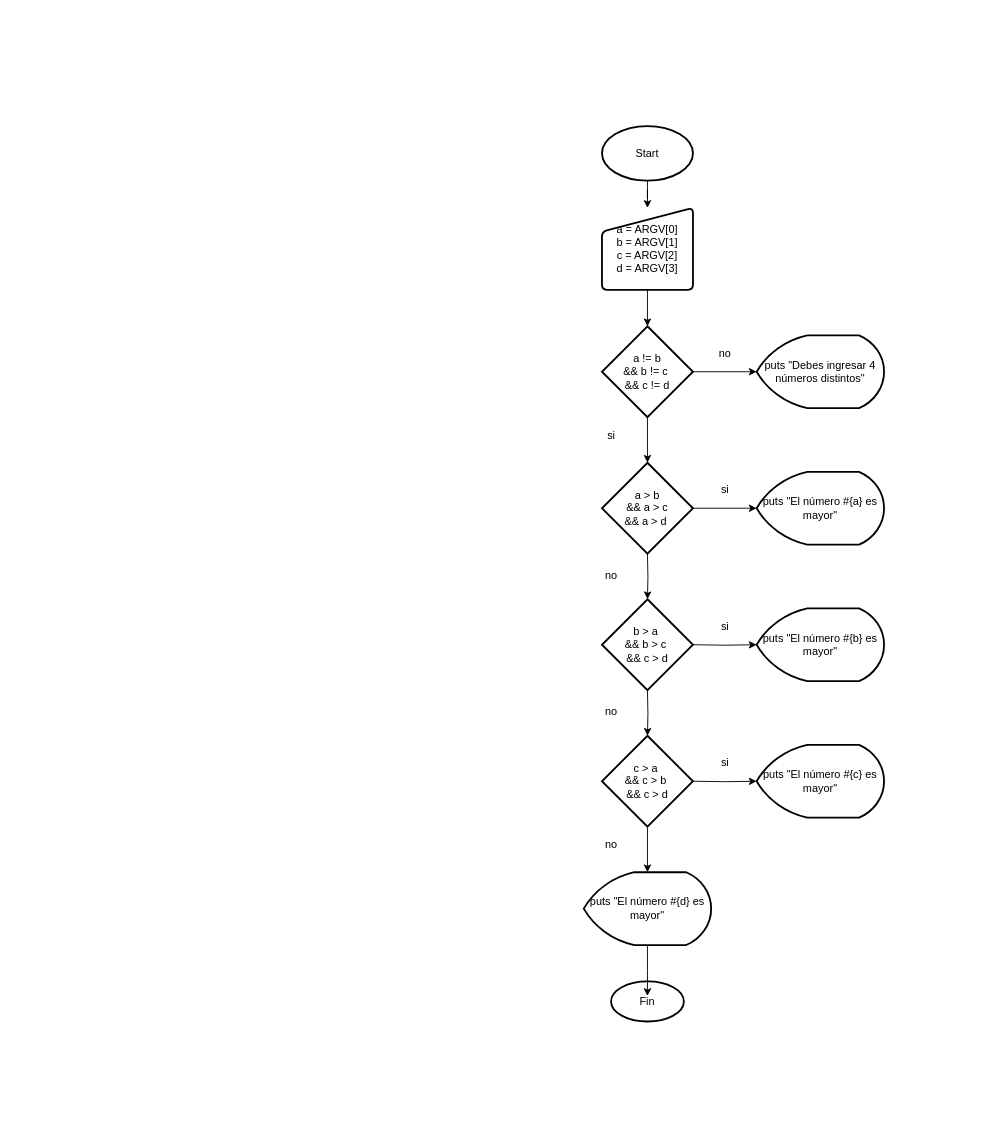
mackro88/mayorde4 keeps this draw.io diagram as mayorde4.drawio. Above is the earlier version. Source tidied: cells renumbered, new cells numbered last; positions are measured from the earlier drawing's top-left corner, leaving out a move shared by most shapes. Both pictures are drawn from the tidied source at 91%, with x=0, y=0 at pixel (583, 126).
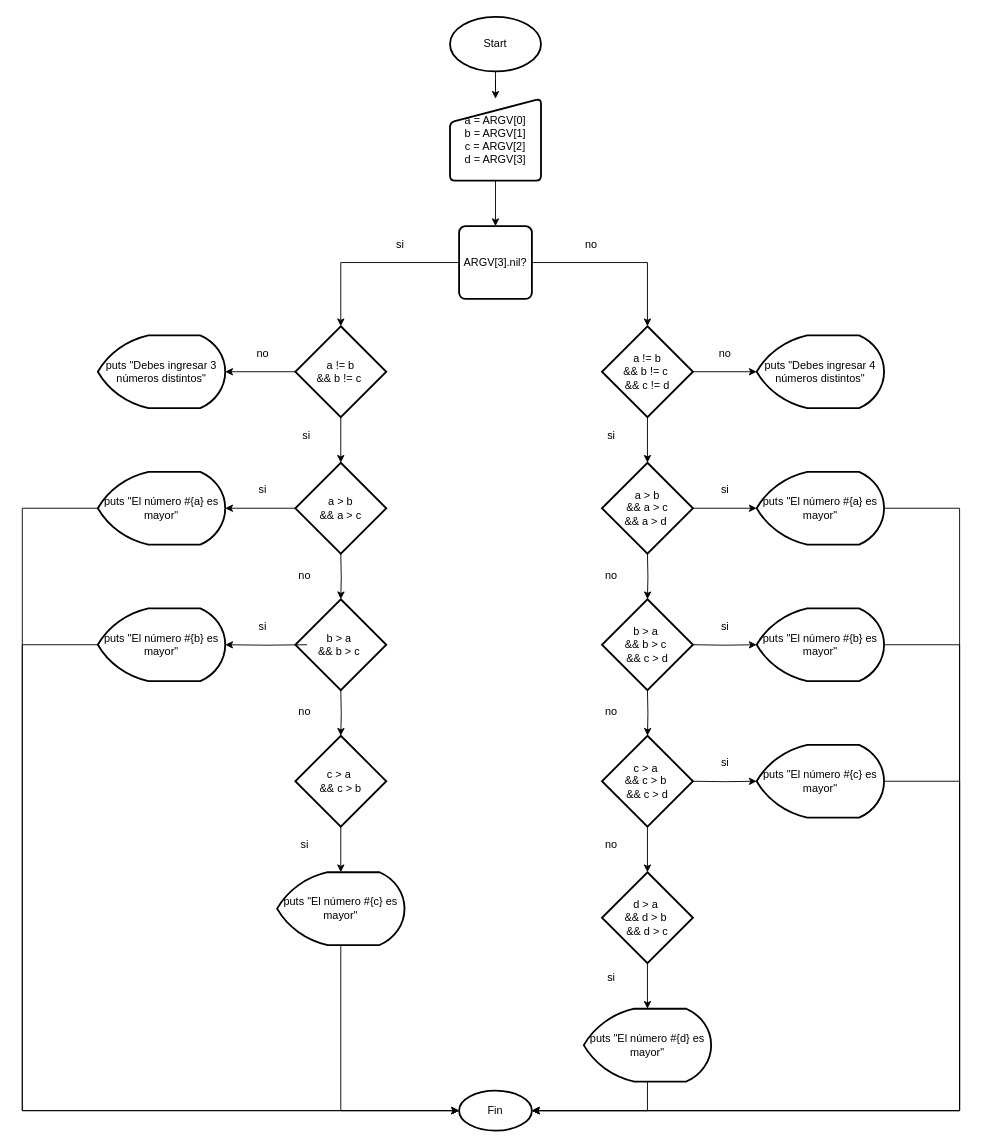
After the change.

Unchanged cells that the change refers to:
```xml
<mxCell id="8" value="a != b &lt;br&gt;&amp;amp;&amp;amp; b != c&amp;nbsp;&lt;br&gt;&amp;amp;&amp;amp; c != d" style="strokeWidth=2;html=1;shape=mxgraph.flowchart.decision;whiteSpace=wrap;" parent="1" vertex="1">
  <mxGeometry x="20" y="220" width="100" height="100" as="geometry" />
</mxCell>
<mxCell id="15" value="puts &quot;El número #{a} es mayor&quot;" style="strokeWidth=2;html=1;shape=mxgraph.flowchart.display;whiteSpace=wrap;" parent="1" vertex="1">
  <mxGeometry x="190" y="380" width="140" height="80" as="geometry" />
</mxCell>
<mxCell id="20" value="puts &quot;El número #{b} es mayor&quot;" style="strokeWidth=2;html=1;shape=mxgraph.flowchart.display;whiteSpace=wrap;" parent="1" vertex="1">
  <mxGeometry x="190" y="530" width="140" height="80" as="geometry" />
</mxCell>
<mxCell id="25" value="c &amp;gt; a&amp;nbsp;&lt;br&gt;&amp;amp;&amp;amp;&amp;nbsp;c &amp;gt; b&amp;nbsp;&lt;br&gt;&amp;amp;&amp;amp; c &amp;gt; d" style="strokeWidth=2;html=1;shape=mxgraph.flowchart.decision;whiteSpace=wrap;" parent="1" vertex="1">
  <mxGeometry x="20" y="670" width="100" height="100" as="geometry" />
</mxCell>
<mxCell id="27" value="puts &quot;El número #{c} es mayor&quot;" style="strokeWidth=2;html=1;shape=mxgraph.flowchart.display;whiteSpace=wrap;" parent="1" vertex="1">
  <mxGeometry x="190" y="680" width="140" height="80" as="geometry" />
</mxCell>
```

The edit, as a diff of the source:
```diff
@@
     <mxCell id="3" value="Start" style="strokeWidth=2;html=1;shape=mxgraph.flowchart.start_1;whiteSpace=wrap;" parent="1" vertex="1">
-      <mxGeometry x="20" width="100" height="60" as="geometry" />
+      <mxGeometry x="-147" y="-120" width="100" height="60" as="geometry" />
     </mxCell>
-    <mxCell id="4" style="edgeStyle=orthogonalEdgeStyle;rounded=0;jettySize=auto;html=1;" parent="1" edge="1" source="5" target="8">
+    <mxCell id="4" style="edgeStyle=orthogonalEdgeStyle;rounded=0;jettySize=auto;html=1;" parent="1" edge="1" source="5" target="39">
       <mxGeometry relative="1" as="geometry" />
     </mxCell>
     <mxCell id="5" value="a = ARGV[0]&lt;br&gt;b = ARGV[1]&lt;br&gt;c = ARGV[2]&lt;br&gt;d = ARGV[3]" style="html=1;strokeWidth=2;shape=manualInput;whiteSpace=wrap;rounded=1;size=26;arcSize=11;" parent="1" vertex="1">
-      <mxGeometry x="20" y="90" width="100" height="90" as="geometry" />
+      <mxGeometry x="-147" y="-30" width="100" height="90" as="geometry" />
     </mxCell>
@@
+    <mxCell id="33" style="edgeStyle=orthogonalEdgeStyle;rounded=0;jettySize=auto;html=1;entryX=1;entryY=0.5;entryDx=0;entryDy=0;entryPerimeter=0;" parent="1" edge="1" source="15" target="29">
+      <mxGeometry relative="1" as="geometry">
+        <Array as="points">
+          <mxPoint x="413" y="420" />
+          <mxPoint x="413" y="1082" />
+        </Array>
+      </mxGeometry>
+    </mxCell>
@@
+    <mxCell id="34" style="edgeStyle=orthogonalEdgeStyle;rounded=0;jettySize=auto;html=1;entryX=1;entryY=0.5;entryDx=0;entryDy=0;entryPerimeter=0;" parent="1" edge="1" source="20" target="29">
+      <mxGeometry relative="1" as="geometry">
+        <Array as="points">
+          <mxPoint x="413" y="570" />
+          <mxPoint x="413" y="1082" />
+        </Array>
+      </mxGeometry>
+    </mxCell>
@@
-    <mxCell id="24" style="edgeStyle=orthogonalEdgeStyle;rounded=0;jettySize=auto;html=1;" parent="1" edge="1" source="25" target="32">
+    <mxCell id="24" style="edgeStyle=orthogonalEdgeStyle;rounded=0;jettySize=auto;html=1;" parent="1" edge="1" source="67" target="32">
       <mxGeometry relative="1" as="geometry" />
     </mxCell>
+    <mxCell id="35" style="edgeStyle=orthogonalEdgeStyle;rounded=0;jettySize=auto;html=1;" parent="1" edge="1" source="25" target="67">
+      <mxGeometry relative="1" as="geometry" />
+    </mxCell>
@@
+    <mxCell id="36" style="edgeStyle=orthogonalEdgeStyle;rounded=0;jettySize=auto;html=1;entryX=1;entryY=0.5;entryDx=0;entryDy=0;entryPerimeter=0;" parent="1" edge="1" source="27" target="29">
+      <mxGeometry relative="1" as="geometry">
+        <Array as="points">
+          <mxPoint x="413" y="720" />
+          <mxPoint x="413" y="1082" />
+        </Array>
+      </mxGeometry>
+    </mxCell>
@@
     <mxCell id="29" value="Fin" style="strokeWidth=2;html=1;shape=mxgraph.flowchart.start_1;whiteSpace=wrap;" parent="1" vertex="1">
-      <mxGeometry x="30" y="940" width="80" height="44" as="geometry" />
+      <mxGeometry x="-137" y="1060" width="80" height="44" as="geometry" />
     </mxCell>
@@
-    <mxCell id="31" style="edgeStyle=orthogonalEdgeStyle;rounded=0;jettySize=auto;html=1;" parent="1" edge="1" source="32">
-      <mxGeometry relative="1" as="geometry">
-        <mxPoint x="70" y="956" as="targetPoint" />
-      </mxGeometry>
+    <mxCell id="31" style="edgeStyle=orthogonalEdgeStyle;rounded=0;jettySize=auto;html=1;entryX=1;entryY=0.5;entryDx=0;entryDy=0;entryPerimeter=0;exitX=0.5;exitY=1;exitDx=0;exitDy=0;exitPerimeter=0;" parent="1" edge="1" source="32" target="29">
+      <mxGeometry relative="1" as="geometry" />
     </mxCell>
     <mxCell id="32" value="puts &quot;El número #{d} es mayor&quot;" style="strokeWidth=2;html=1;shape=mxgraph.flowchart.display;whiteSpace=wrap;" parent="1" vertex="1">
-      <mxGeometry y="820" width="140" height="80" as="geometry" />
+      <mxGeometry y="970" width="140" height="80" as="geometry" />
     </mxCell>
+    <mxCell id="37" style="edgeStyle=orthogonalEdgeStyle;rounded=0;jettySize=auto;html=1;entryX=0.5;entryY=0;entryDx=0;entryDy=0;entryPerimeter=0;" parent="1" edge="1" source="39" target="8">
+      <mxGeometry relative="1" as="geometry" />
+    </mxCell>
+    <mxCell id="38" style="edgeStyle=orthogonalEdgeStyle;rounded=0;jettySize=auto;html=1;entryX=0.5;entryY=0;entryDx=0;entryDy=0;entryPerimeter=0;" parent="1" edge="1" source="39" target="43">
+      <mxGeometry relative="1" as="geometry" />
+    </mxCell>
+    <mxCell id="39" value="ARGV[3].nil?" style="rounded=1;whiteSpace=wrap;html=1;absoluteArcSize=1;arcSize=14;strokeWidth=2;" parent="1" vertex="1">
+      <mxGeometry x="-137" y="110" width="80" height="80" as="geometry" />
+    </mxCell>
+    <mxCell id="40" value="no" style="text;html=1;align=center;verticalAlign=middle;" parent="1" vertex="1">
+      <mxGeometry x="-7" y="120" width="30" height="20" as="geometry" />
+    </mxCell>
+    <mxCell id="41" style="edgeStyle=orthogonalEdgeStyle;rounded=0;jettySize=auto;html=1;" parent="1" edge="1" source="43" target="44">
+      <mxGeometry relative="1" as="geometry" />
+    </mxCell>
+    <mxCell id="42" style="edgeStyle=orthogonalEdgeStyle;rounded=0;jettySize=auto;html=1;" parent="1" edge="1" source="43" target="49">
+      <mxGeometry relative="1" as="geometry" />
+    </mxCell>
+    <mxCell id="43" value="a != b &lt;br&gt;&amp;amp;&amp;amp; b != c&amp;nbsp;" style="strokeWidth=2;html=1;shape=mxgraph.flowchart.decision;whiteSpace=wrap;" parent="1" vertex="1">
+      <mxGeometry x="-317" y="220" width="100" height="100" as="geometry" />
+    </mxCell>
+    <mxCell id="44" value="puts &quot;Debes ingresar 3 números distintos&quot;" style="strokeWidth=2;html=1;shape=mxgraph.flowchart.display;whiteSpace=wrap;" parent="1" vertex="1">
+      <mxGeometry x="-534" y="230" width="140" height="80" as="geometry" />
+    </mxCell>
+    <mxCell id="45" value="no" style="text;html=1;align=center;verticalAlign=middle;" parent="1" vertex="1">
+      <mxGeometry x="-368" y="240" width="30" height="20" as="geometry" />
+    </mxCell>
+    <mxCell id="46" value="si" style="text;html=1;align=center;verticalAlign=middle;" parent="1" vertex="1">
+      <mxGeometry x="-315" y="330" width="20" height="20" as="geometry" />
+    </mxCell>
+    <mxCell id="47" style="edgeStyle=orthogonalEdgeStyle;rounded=0;jettySize=auto;html=1;entryX=1;entryY=0.5;entryDx=0;entryDy=0;entryPerimeter=0;" parent="1" edge="1" source="49" target="51">
+      <mxGeometry relative="1" as="geometry" />
+    </mxCell>
+    <mxCell id="48" style="edgeStyle=orthogonalEdgeStyle;rounded=0;jettySize=auto;html=1;" parent="1" edge="1" target="54">
+      <mxGeometry relative="1" as="geometry">
+        <mxPoint x="-267" y="470" as="sourcePoint" />
+      </mxGeometry>
+    </mxCell>
+    <mxCell id="49" value="a &amp;gt; b &lt;br&gt;&amp;amp;&amp;amp; a &amp;gt; c" style="strokeWidth=2;html=1;shape=mxgraph.flowchart.decision;whiteSpace=wrap;" parent="1" vertex="1">
+      <mxGeometry x="-317" y="370" width="100" height="100" as="geometry" />
+    </mxCell>
+    <mxCell id="50" style="edgeStyle=orthogonalEdgeStyle;rounded=0;jettySize=auto;html=1;entryX=0;entryY=0.5;entryDx=0;entryDy=0;entryPerimeter=0;" parent="1" edge="1" source="51" target="29">
+      <mxGeometry relative="1" as="geometry">
+        <Array as="points">
+          <mxPoint x="-617" y="420" />
+          <mxPoint x="-617" y="1082" />
+        </Array>
+      </mxGeometry>
+    </mxCell>
+    <mxCell id="51" value="puts &quot;El número #{a} es mayor&quot;" style="strokeWidth=2;html=1;shape=mxgraph.flowchart.display;whiteSpace=wrap;" parent="1" vertex="1">
+      <mxGeometry x="-534" y="380" width="140" height="80" as="geometry" />
+    </mxCell>
+    <mxCell id="52" value="si" style="text;html=1;align=center;verticalAlign=middle;" parent="1" vertex="1">
+      <mxGeometry x="-363" y="390" width="20" height="20" as="geometry" />
+    </mxCell>
+    <mxCell id="53" value="no" style="text;html=1;align=center;verticalAlign=middle;" parent="1" vertex="1">
+      <mxGeometry x="-322" y="484" width="30" height="20" as="geometry" />
+    </mxCell>
+    <mxCell id="54" value="b &amp;gt; a&amp;nbsp;&lt;br&gt;&amp;amp;&amp;amp;&amp;nbsp;b &amp;gt; c&amp;nbsp;" style="strokeWidth=2;html=1;shape=mxgraph.flowchart.decision;whiteSpace=wrap;" parent="1" vertex="1">
+      <mxGeometry x="-317" y="520" width="100" height="100" as="geometry" />
+    </mxCell>
+    <mxCell id="55" style="edgeStyle=orthogonalEdgeStyle;rounded=0;jettySize=auto;html=1;entryX=1;entryY=0.5;entryDx=0;entryDy=0;entryPerimeter=0;" parent="1" edge="1" target="57">
+      <mxGeometry relative="1" as="geometry">
+        <mxPoint x="-304" y="570" as="sourcePoint" />
+      </mxGeometry>
+    </mxCell>
+    <mxCell id="56" style="edgeStyle=orthogonalEdgeStyle;rounded=0;jettySize=auto;html=1;entryX=0;entryY=0.5;entryDx=0;entryDy=0;entryPerimeter=0;" parent="1" edge="1" source="57" target="29">
+      <mxGeometry relative="1" as="geometry">
+        <Array as="points">
+          <mxPoint x="-617" y="570" />
+          <mxPoint x="-617" y="1082" />
+        </Array>
+      </mxGeometry>
+    </mxCell>
+    <mxCell id="57" value="puts &quot;El número #{b} es mayor&quot;" style="strokeWidth=2;html=1;shape=mxgraph.flowchart.display;whiteSpace=wrap;" parent="1" vertex="1">
+      <mxGeometry x="-534" y="530" width="140" height="80" as="geometry" />
+    </mxCell>
+    <mxCell id="58" value="si" style="text;html=1;align=center;verticalAlign=middle;" parent="1" vertex="1">
+      <mxGeometry x="-363" y="540" width="20" height="20" as="geometry" />
+    </mxCell>
+    <mxCell id="59" style="edgeStyle=orthogonalEdgeStyle;rounded=0;jettySize=auto;html=1;" parent="1" edge="1" target="62">
+      <mxGeometry relative="1" as="geometry">
+        <mxPoint x="-267" y="620" as="sourcePoint" />
+      </mxGeometry>
+    </mxCell>
+    <mxCell id="60" value="no" style="text;html=1;align=center;verticalAlign=middle;" parent="1" vertex="1">
+      <mxGeometry x="-322" y="634" width="30" height="20" as="geometry" />
+    </mxCell>
+    <mxCell id="61" style="edgeStyle=orthogonalEdgeStyle;rounded=0;jettySize=auto;html=1;" parent="1" edge="1" source="62" target="64">
+      <mxGeometry relative="1" as="geometry" />
+    </mxCell>
+    <mxCell id="62" value="c &amp;gt; a&amp;nbsp;&lt;br&gt;&amp;amp;&amp;amp;&amp;nbsp;c &amp;gt; b" style="strokeWidth=2;html=1;shape=mxgraph.flowchart.decision;whiteSpace=wrap;" parent="1" vertex="1">
+      <mxGeometry x="-317" y="670" width="100" height="100" as="geometry" />
+    </mxCell>
+    <mxCell id="63" style="edgeStyle=orthogonalEdgeStyle;rounded=0;jettySize=auto;html=1;entryX=0;entryY=0.5;entryDx=0;entryDy=0;entryPerimeter=0;exitX=0.5;exitY=1;exitDx=0;exitDy=0;exitPerimeter=0;" parent="1" edge="1" source="64" target="29">
+      <mxGeometry relative="1" as="geometry">
+        <Array as="points">
+          <mxPoint x="-267" y="1082" />
+        </Array>
+      </mxGeometry>
+    </mxCell>
+    <mxCell id="64" value="puts &quot;El número #{c} es mayor&quot;" style="strokeWidth=2;html=1;shape=mxgraph.flowchart.display;whiteSpace=wrap;" parent="1" vertex="1">
+      <mxGeometry x="-337" y="820" width="140" height="80" as="geometry" />
+    </mxCell>
+    <mxCell id="65" value="si" style="text;html=1;align=center;verticalAlign=middle;" parent="1" vertex="1">
+      <mxGeometry x="-317" y="780" width="20" height="20" as="geometry" />
+    </mxCell>
+    <mxCell id="66" value="si" style="text;html=1;align=center;verticalAlign=middle;" parent="1" vertex="1">
+      <mxGeometry x="-212" y="120" width="20" height="20" as="geometry" />
+    </mxCell>
+    <mxCell id="67" value="d &amp;gt; a&amp;nbsp;&lt;br&gt;&amp;amp;&amp;amp;&amp;nbsp;d &amp;gt; b&amp;nbsp;&lt;br&gt;&amp;amp;&amp;amp; d &amp;gt; c" style="strokeWidth=2;html=1;shape=mxgraph.flowchart.decision;whiteSpace=wrap;" parent="1" vertex="1">
+      <mxGeometry x="20" y="820" width="100" height="100" as="geometry" />
+    </mxCell>
+    <mxCell id="68" value="si" style="text;html=1;align=center;verticalAlign=middle;" parent="1" vertex="1">
+      <mxGeometry x="20" y="926" width="20" height="20" as="geometry" />
+    </mxCell>
```
